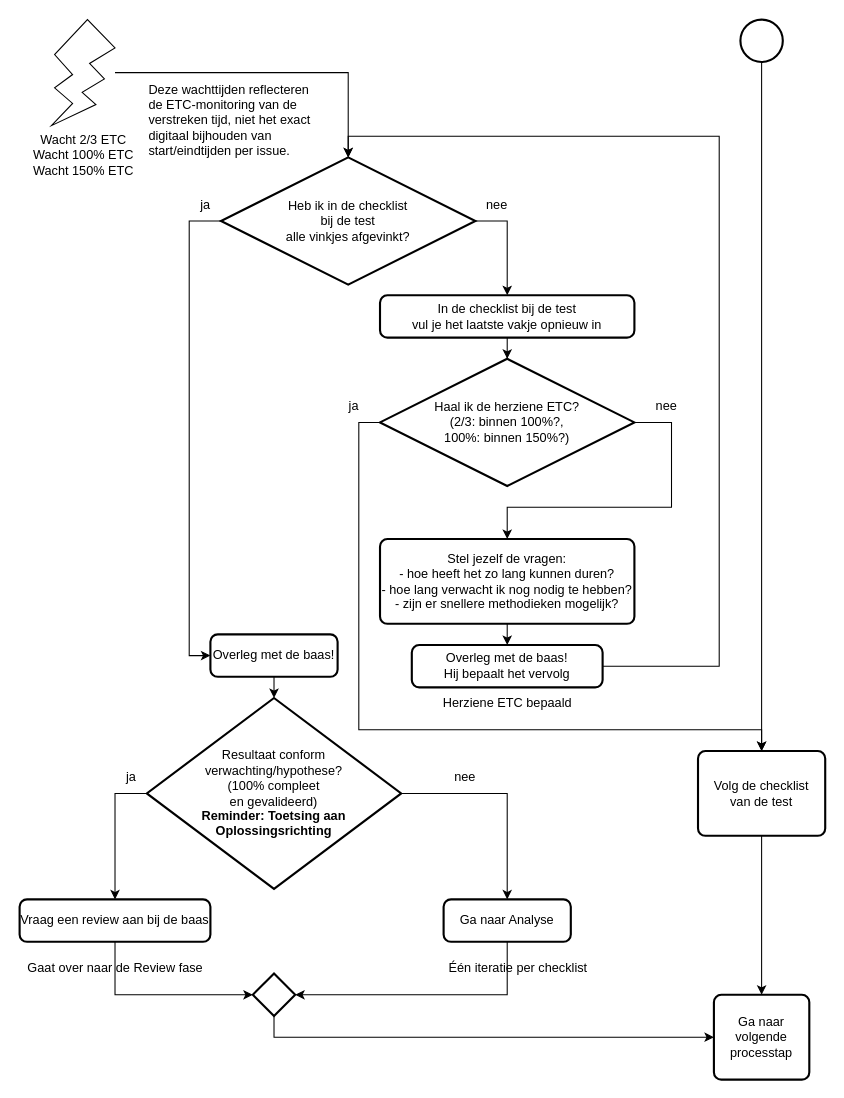
Zaibatsu89/IssueTracker keeps this draw.io diagram as 5 Issue Tracker test.drawio. Above is the earlier version. Source tidied: cells renumbered, new cells numbered last; positions are measured from the earlier drawing's top-left corner, leaving out a move shared by most shapes. Both pictures are drawn from the tidied source at 106%, with x=0, y=0 at pixel (19, 19).
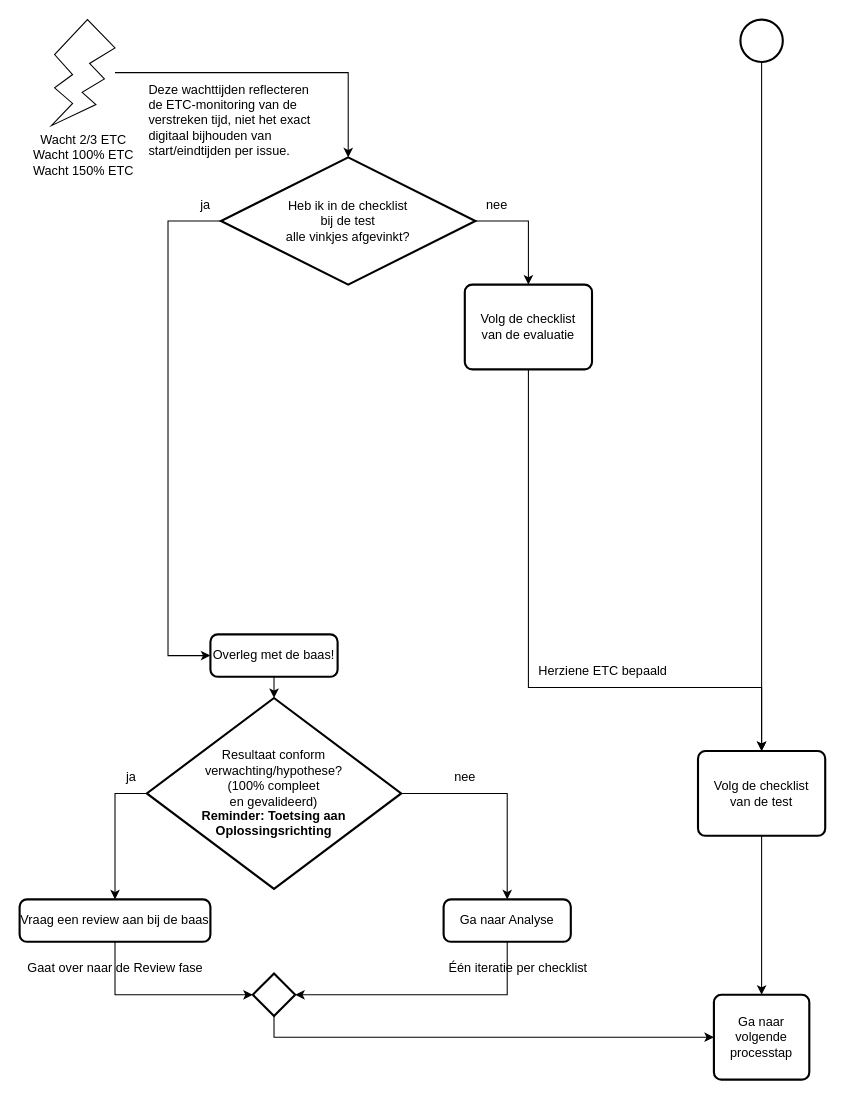
The same page after the edit.

Commit message (it also covers changes not shown here):
"Volg de checklist van de evaluatie" in analyse flowchart, na "Wacht 2/3 ETC..."

The change refers to these unchanged cells:
```xml
<mxCell id="4" value="Volg de checklist&lt;br&gt;van de test" style="rounded=1;whiteSpace=wrap;html=1;absoluteArcSize=1;arcSize=14;strokeWidth=2;" parent="1" vertex="1">
  <mxGeometry x="640" y="690" width="120" height="80" as="geometry" />
</mxCell>
<mxCell id="7" value="Heb ik in de checklist&lt;br&gt;bij de test&lt;br&gt;alle vinkjes afgevinkt?" style="strokeWidth=2;html=1;shape=mxgraph.flowchart.decision;whiteSpace=wrap;" parent="1" vertex="1">
  <mxGeometry x="190" y="130" width="240" height="120" as="geometry" />
</mxCell>
<mxCell id="12" value="Overleg met de baas!" style="rounded=1;whiteSpace=wrap;html=1;absoluteArcSize=1;arcSize=14;strokeWidth=2;" parent="1" vertex="1">
  <mxGeometry x="180" y="580" width="120" height="40" as="geometry" />
</mxCell>
```

What changed in the source:
```diff
@@
     <mxCell id="5" style="edgeStyle=orthogonalEdgeStyle;rounded=0;jettySize=auto;html=1;exitX=0;exitY=0.5;exitDx=0;exitDy=0;exitPerimeter=0;entryX=0;entryY=0.5;entryDx=0;entryDy=0;" parent="1" edge="1" source="7" target="12">
-      <mxGeometry relative="1" as="geometry" />
+      <mxGeometry relative="1" as="geometry">
+        <Array as="points">
+          <mxPoint x="140" y="190" />
+          <mxPoint x="140" y="600" />
+        </Array>
+      </mxGeometry>
     </mxCell>
@@
-    <mxCell id="19" style="edgeStyle=orthogonalEdgeStyle;rounded=0;jettySize=auto;html=1;" parent="1" edge="1" source="20" target="38">
-      <mxGeometry relative="1" as="geometry" />
-    </mxCell>
-    <mxCell id="20" value="In de checklist bij de test&lt;br&gt;vul je het laatste vakje opnieuw in" style="rounded=1;whiteSpace=wrap;html=1;absoluteArcSize=1;arcSize=14;strokeWidth=2;" parent="1" vertex="1">
-      <mxGeometry x="340" y="260" width="240" height="40" as="geometry" />
+    <mxCell id="20" value="Volg de checklist&lt;br&gt;van de evaluatie" style="rounded=1;whiteSpace=wrap;html=1;absoluteArcSize=1;arcSize=14;strokeWidth=2;" parent="1" vertex="1">
+      <mxGeometry x="420" y="250" width="120" height="80" as="geometry" />
     </mxCell>
-    <mxCell id="21" style="edgeStyle=orthogonalEdgeStyle;rounded=0;jettySize=auto;html=1;exitX=0.5;exitY=1;exitDx=0;exitDy=0;entryX=0.5;entryY=0;entryDx=0;entryDy=0;" parent="1" edge="1" source="22" target="23">
-      <mxGeometry relative="1" as="geometry" />
-    </mxCell>
-    <mxCell id="22" value="Stel jezelf de vragen:&lt;br&gt;- hoe heeft het zo lang kunnen duren?&lt;br&gt;- hoe lang verwacht ik nog nodig te hebben?&lt;br&gt;- zijn er snellere methodieken mogelijk?" style="rounded=1;whiteSpace=wrap;html=1;absoluteArcSize=1;arcSize=14;strokeWidth=2;" parent="1" vertex="1">
-      <mxGeometry x="340" y="490" width="240" height="80" as="geometry" />
-    </mxCell>
-    <mxCell id="23" value="Overleg met de baas!&lt;br&gt;Hij bepaalt het vervolg" style="rounded=1;whiteSpace=wrap;html=1;absoluteArcSize=1;arcSize=14;strokeWidth=2;" parent="1" vertex="1">
-      <mxGeometry x="370" y="590" width="180" height="40" as="geometry" />
-    </mxCell>
@@
     <mxCell id="32" value="Herziene ETC bepaald" style="text;html=1;align=center;verticalAlign=middle;strokeColor=none;fillColor=none;" parent="1" vertex="1">
-      <mxGeometry x="390" y="630" width="140" height="30" as="geometry" />
+      <mxGeometry x="480" y="600" width="140" height="30" as="geometry" />
     </mxCell>
-    <mxCell id="33" style="edgeStyle=orthogonalEdgeStyle;rounded=0;jettySize=auto;html=1;exitX=1;exitY=0.5;exitDx=0;exitDy=0;entryX=0.5;entryY=0;entryDx=0;entryDy=0;entryPerimeter=0;" parent="1" edge="1" source="23" target="7">
-      <mxGeometry relative="1" as="geometry">
-        <Array as="points">
-          <mxPoint x="660" y="610" />
-          <mxPoint x="660" y="110" />
-          <mxPoint x="310" y="110" />
-        </Array>
-      </mxGeometry>
-    </mxCell>
@@
-    <mxCell id="36" style="edgeStyle=orthogonalEdgeStyle;rounded=0;jettySize=auto;html=1;entryX=0.5;entryY=0;entryDx=0;entryDy=0;exitX=1;exitY=0.5;exitDx=0;exitDy=0;exitPerimeter=0;" parent="1" edge="1" source="38" target="22">
-      <mxGeometry relative="1" as="geometry">
-        <Array as="points">
-          <mxPoint x="615" y="380" />
-          <mxPoint x="615" y="460" />
-          <mxPoint x="460" y="460" />
-        </Array>
-      </mxGeometry>
-    </mxCell>
-    <mxCell id="37" style="edgeStyle=orthogonalEdgeStyle;rounded=0;jettySize=auto;html=1;exitX=0;exitY=0.5;exitDx=0;exitDy=0;exitPerimeter=0;entryX=0.5;entryY=0;entryDx=0;entryDy=0;" parent="1" edge="1" source="38" target="4">
+    <mxCell id="37" style="edgeStyle=orthogonalEdgeStyle;rounded=0;jettySize=auto;html=1;entryX=0.5;entryY=0;entryDx=0;entryDy=0;exitX=0.5;exitY=1;exitDx=0;exitDy=0;" parent="1" edge="1" source="20" target="4">
       <mxGeometry relative="1" as="geometry">
         <Array as="points">
-          <mxPoint x="320" y="380" />
-          <mxPoint x="320" y="670" />
-          <mxPoint x="700" y="670" />
+          <mxPoint x="480" y="630" />
+          <mxPoint x="700" y="630" />
         </Array>
       </mxGeometry>
     </mxCell>
-    <mxCell id="38" value="Haal ik de herziene ETC?&lt;br&gt;(2/3: binnen 100%?,&lt;br&gt;100%: binnen 150%?)" style="strokeWidth=2;html=1;shape=mxgraph.flowchart.decision;whiteSpace=wrap;" parent="1" vertex="1">
-      <mxGeometry x="340" y="320" width="240" height="120" as="geometry" />
-    </mxCell>
-    <mxCell id="39" value="nee" style="text;html=1;align=center;verticalAlign=middle;strokeColor=none;fillColor=none;" parent="1" vertex="1">
-      <mxGeometry x="590" y="350" width="40" height="30" as="geometry" />
-    </mxCell>
-    <mxCell id="40" value="ja" style="text;html=1;align=center;verticalAlign=middle;strokeColor=none;fillColor=none;" parent="1" vertex="1">
-      <mxGeometry x="300" y="350" width="30" height="30" as="geometry" />
-    </mxCell>
```
